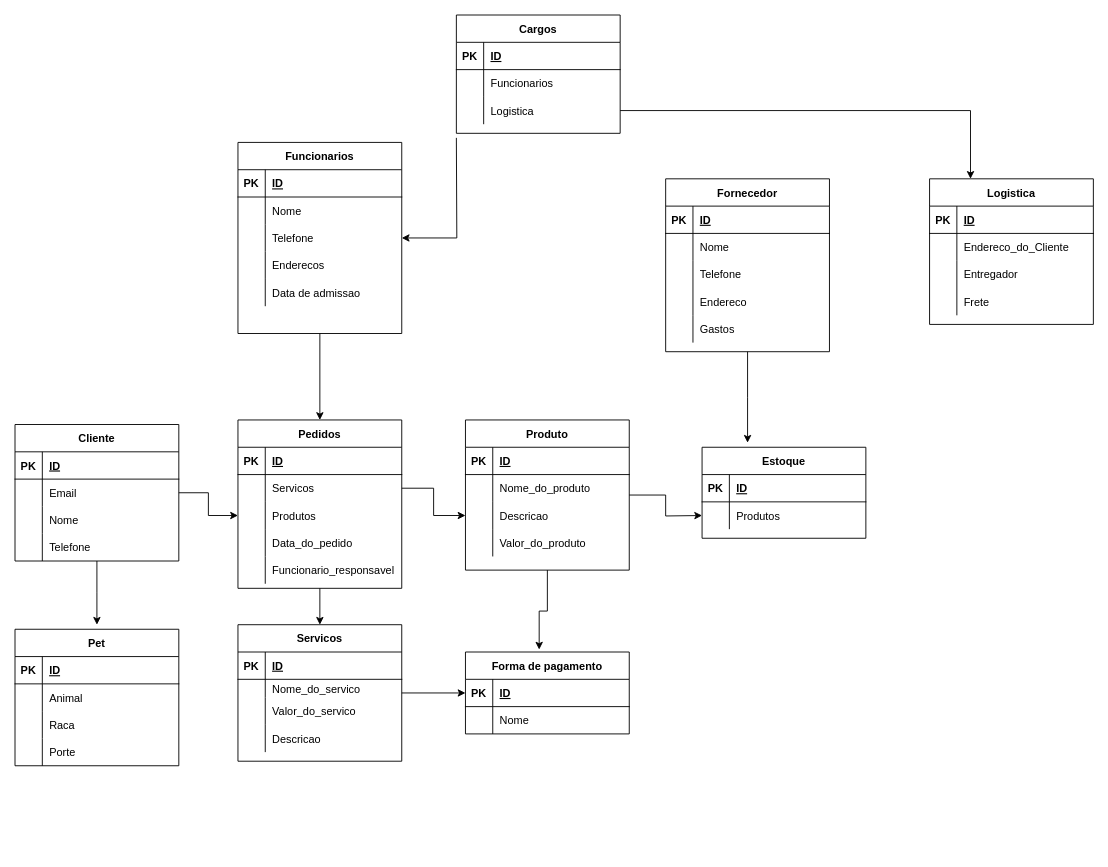
Before: PI.drawio in SrLiath/PI123, a draw.io diagram. Source tidied: cells renumbered, new cells numbered last; positions are measured from the earlier drawing's top-left corner, leaving out a move shared by most shapes. Both pictures are drawn from the tidied source at 91%, with x=0, y=0 at pixel (15, 15).
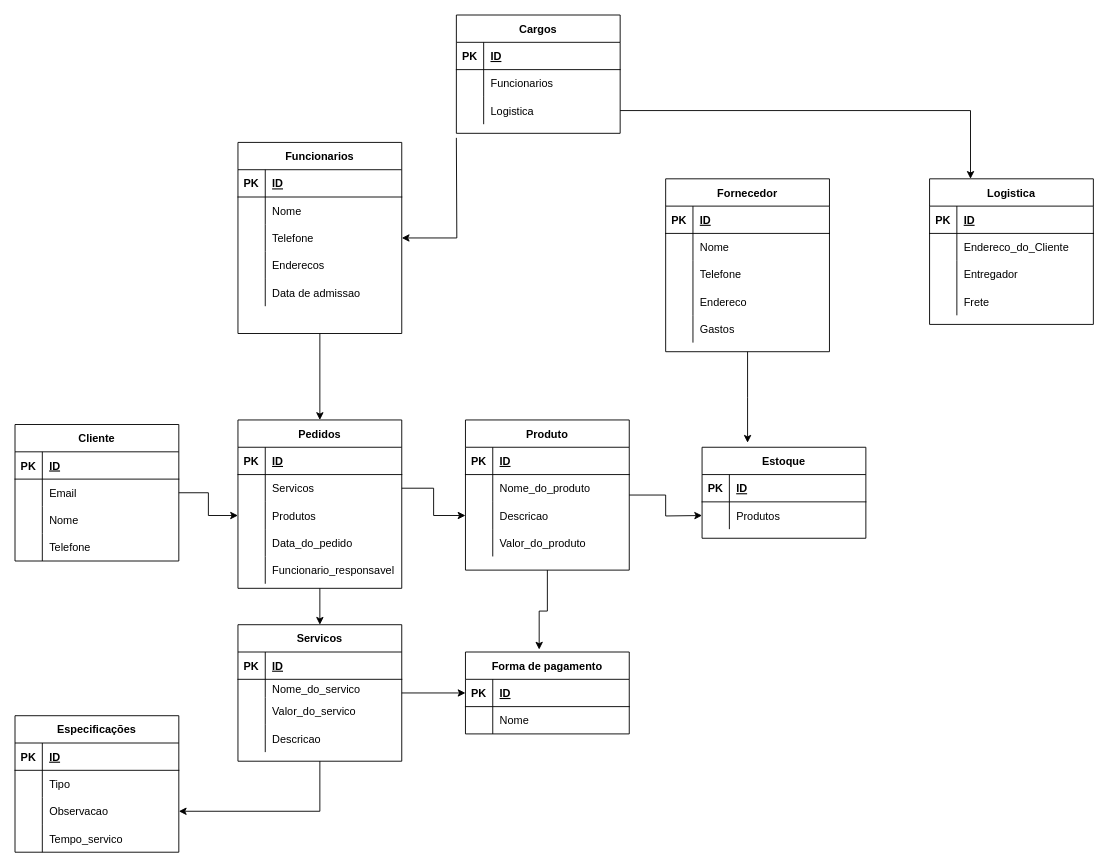
After the change.

Commit message:
retirada do pet

Unchanged cells that the change refers to:
```xml
<mxCell id="4" value="Cliente" style="shape=table;startSize=30;childLayout=tableLayout;rowLines=0;fontStyle=1;align=center;" parent="1" vertex="1">
  <mxGeometry y="450" width="180" height="150" as="geometry" />
</mxCell>
<mxCell id="57" value="Servicos" style="shape=table;startSize=30;childLayout=tableLayout;rowLines=0;fontStyle=1;align=center;" parent="1" vertex="1">
  <mxGeometry x="245" y="670" width="180" height="150" as="geometry" />
</mxCell>
<mxCell id="91" style="shape=partialRectangle;fillColor=none;top=0;left=0;bottom=0;right=0;" parent="87" vertex="1">
  <mxGeometry y="60" width="180" height="30" as="geometry" />
</mxCell>
<mxCell id="94" style="shape=partialRectangle;fillColor=none;top=0;left=0;bottom=0;right=0;points=[[0,0.5],[1,0.5]];portConstraint=eastwest;" parent="87" vertex="1">
  <mxGeometry y="90" width="180" height="30" as="geometry" />
</mxCell>
<mxCell id="97" style="shape=partialRectangle;fillColor=none;top=0;left=0;bottom=0;right=0;" parent="87" vertex="1">
  <mxGeometry y="120" width="180" height="30" as="geometry" />
</mxCell>
```

Change to the diagram source:
```diff
@@
-    <mxCell id="3" style="edgeStyle=orthogonalEdgeStyle;rounded=0;jettySize=auto;html=1;" parent="1" edge="1" source="4">
-      <mxGeometry relative="1" as="geometry">
-        <mxPoint x="90" y="670" as="targetPoint" />
-      </mxGeometry>
-    </mxCell>
@@
+    <mxCell id="150" style="edgeStyle=orthogonalEdgeStyle;rounded=0;jettySize=auto;html=1;exitX=0.5;exitY=1;exitDx=0;exitDy=0;entryX=1;entryY=0.5;entryDx=0;entryDy=0;" parent="1" edge="1" source="57" target="94">
+      <mxGeometry relative="1" as="geometry" />
+    </mxCell>
@@
-    <mxCell id="87" value="Pet" style="shape=table;startSize=30;childLayout=tableLayout;rowLines=0;fontStyle=1;align=center;" parent="1" vertex="1">
-      <mxGeometry y="675" width="180" height="150" as="geometry" />
+    <mxCell id="87" value="Especificações" style="shape=table;startSize=30;childLayout=tableLayout;rowLines=0;fontStyle=1;align=center;" parent="1" vertex="1">
+      <mxGeometry y="770" width="180" height="150" as="geometry" />
     </mxCell>
@@
-    <mxCell id="93" value="Animal" style="shape=partialRectangle;fillColor=none;top=0;left=0;bottom=0;right=0;align=left;spacingLeft=6;overflow=hidden;" parent="91" vertex="1">
+    <mxCell id="93" value="Tipo" style="shape=partialRectangle;fillColor=none;top=0;left=0;bottom=0;right=0;align=left;spacingLeft=6;overflow=hidden;" parent="91" vertex="1">
       <mxGeometry x="30" width="150" height="30" as="geometry" />
     </mxCell>
@@
-    <mxCell id="96" value="Raca" style="shape=partialRectangle;fillColor=none;top=0;left=0;bottom=0;right=0;align=left;spacingLeft=6;overflow=hidden;" parent="94" vertex="1">
+    <mxCell id="96" value="Observacao" style="shape=partialRectangle;fillColor=none;top=0;left=0;bottom=0;right=0;align=left;spacingLeft=6;overflow=hidden;" parent="94" vertex="1">
       <mxGeometry x="30" width="150" height="30" as="geometry" />
     </mxCell>
@@
-    <mxCell id="99" value="Porte" style="shape=partialRectangle;fillColor=none;top=0;left=0;bottom=0;right=0;align=left;spacingLeft=6;overflow=hidden;" parent="97" vertex="1">
+    <mxCell id="99" value="Tempo_servico" style="shape=partialRectangle;fillColor=none;top=0;left=0;bottom=0;right=0;align=left;spacingLeft=6;overflow=hidden;" parent="97" vertex="1">
       <mxGeometry x="30" width="150" height="30" as="geometry" />
     </mxCell>
```
